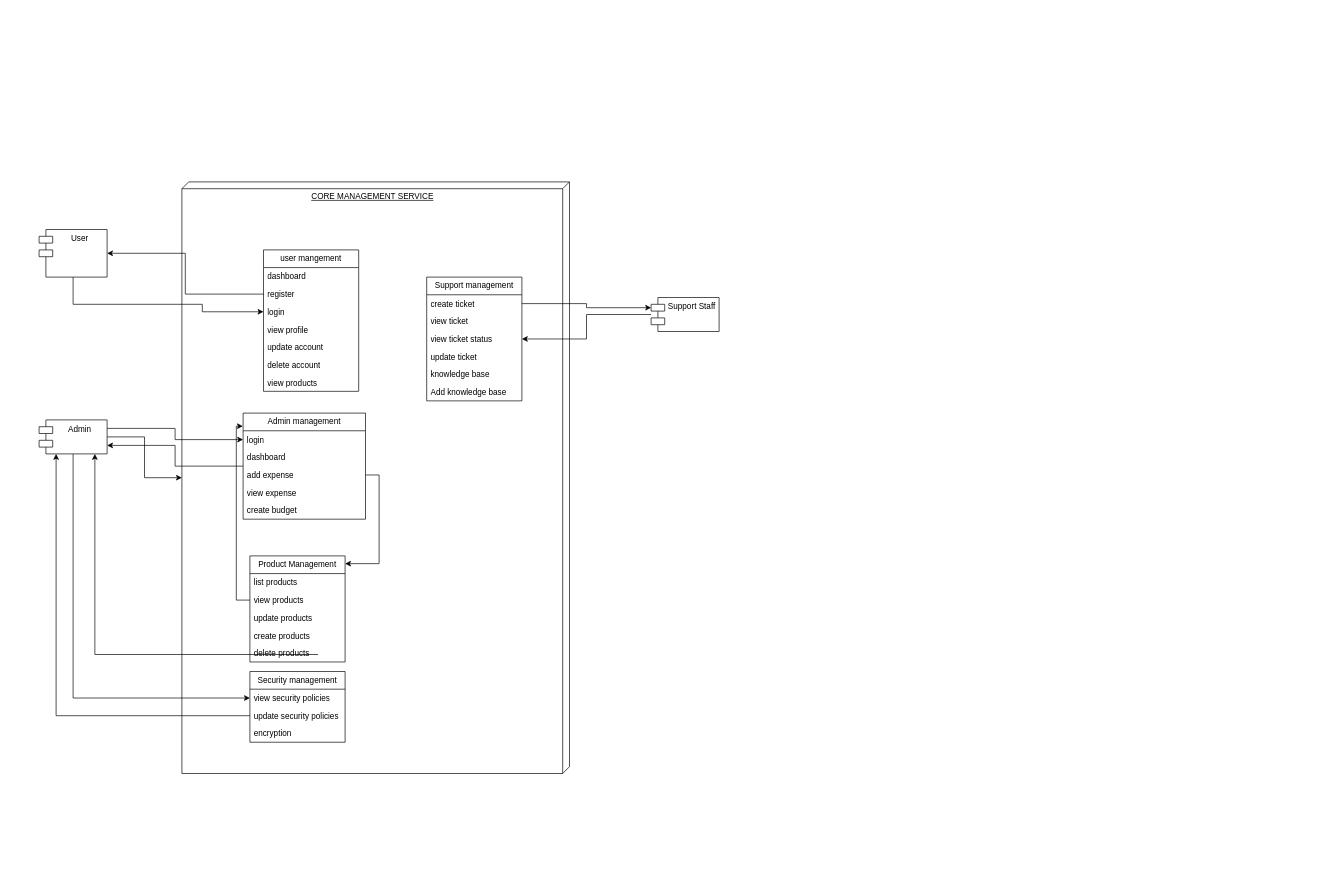
This is Untitled Diagram.drawio from ivinmanuel/Graph-diagrams-FinHub-, a draw.io file, before an edit. Source tidied: cells renumbered, new cells numbered last; positions are measured from the earlier drawing's top-left corner, leaving out a move shared by most shapes. Both pictures are drawn from the tidied source at 68%, with x=0, y=0 at pixel (39, 182).
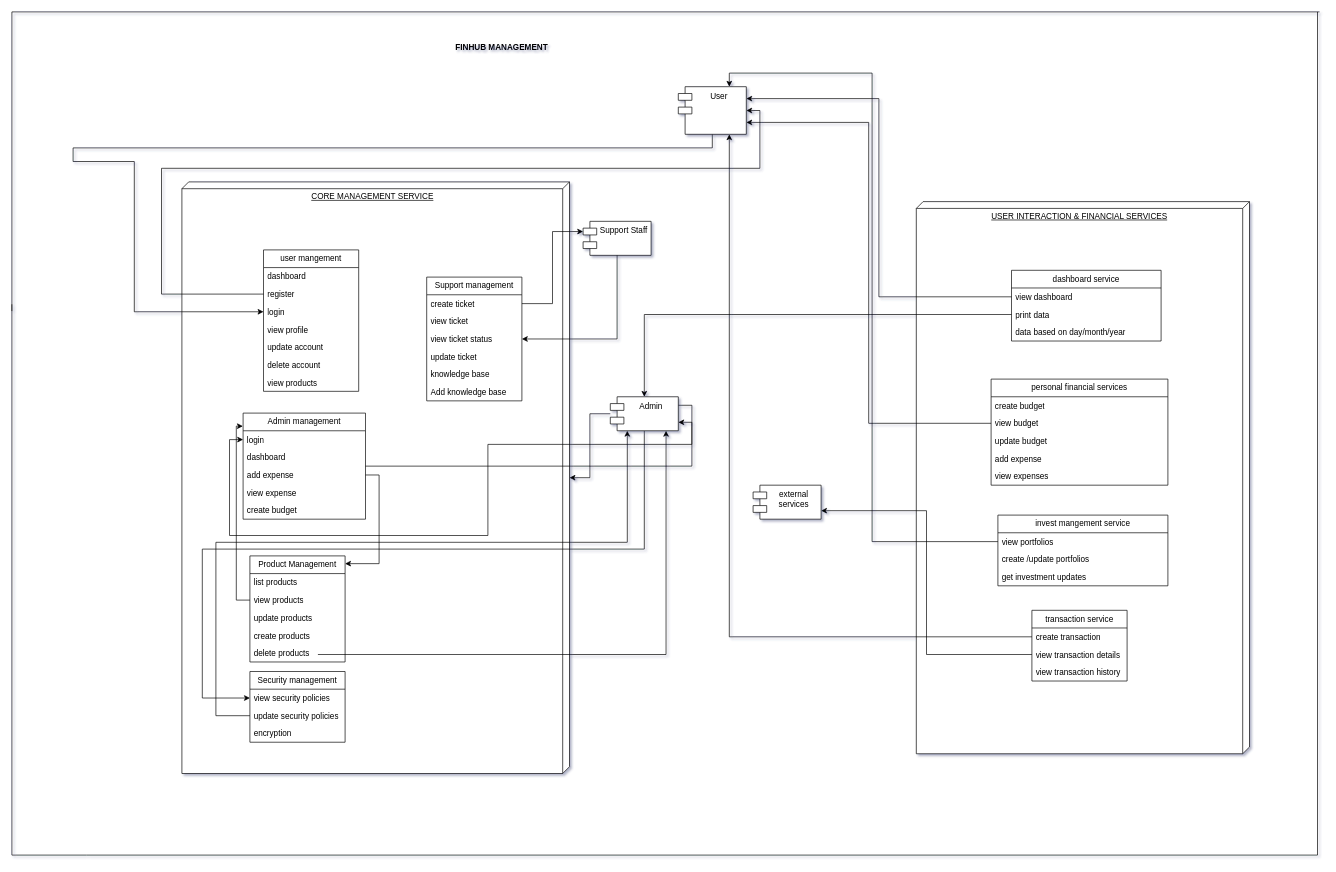
The same page after the edit.

The change refers to these unchanged cells:
```xml
<mxCell id="13" value="register" style="text;strokeColor=none;fillColor=none;align=left;verticalAlign=top;spacingLeft=4;spacingRight=4;overflow=hidden;points=[[0,0.5],[1,0.5]];portConstraint=eastwest;whiteSpace=wrap;html=1;" parent="11" vertex="1">
  <mxGeometry y="52" width="140" height="26" as="geometry" />
</mxCell>
<mxCell id="14" value="login" style="text;strokeColor=none;fillColor=none;align=left;verticalAlign=top;spacingLeft=4;spacingRight=4;overflow=hidden;points=[[0,0.5],[1,0.5]];portConstraint=eastwest;whiteSpace=wrap;html=1;" parent="11" vertex="1">
  <mxGeometry y="78" width="140" height="26" as="geometry" />
</mxCell>
<mxCell id="21" value="login" style="text;strokeColor=none;fillColor=none;align=left;verticalAlign=top;spacingLeft=4;spacingRight=4;overflow=hidden;points=[[0,0.5],[1,0.5]];portConstraint=eastwest;whiteSpace=wrap;html=1;" parent="20" vertex="1">
  <mxGeometry y="26" width="180" height="26" as="geometry" />
</mxCell>
<mxCell id="44" value="view security policies" style="text;strokeColor=none;fillColor=none;align=left;verticalAlign=top;spacingLeft=4;spacingRight=4;overflow=hidden;points=[[0,0.5],[1,0.5]];portConstraint=eastwest;whiteSpace=wrap;html=1;" parent="43" vertex="1">
  <mxGeometry y="26" width="140" height="26" as="geometry" />
</mxCell>
<mxCell id="45" value="update security policies" style="text;strokeColor=none;fillColor=none;align=left;verticalAlign=top;spacingLeft=4;spacingRight=4;overflow=hidden;points=[[0,0.5],[1,0.5]];portConstraint=eastwest;whiteSpace=wrap;html=1;" parent="43" vertex="1">
  <mxGeometry y="52" width="140" height="26" as="geometry" />
</mxCell>
```

What changed in the source:
```diff
@@
-<mxGraphModel>
+<mxGraphModel shadow="1">
@@
     <mxCell id="4" style="edgeStyle=orthogonalEdgeStyle;rounded=0;jettySize=auto;html=1;exitX=1;exitY=0.25;exitDx=0;exitDy=0;entryX=0;entryY=0.5;entryDx=0;entryDy=0;" parent="1" edge="1" source="6" target="21">
-      <mxGeometry relative="1" as="geometry" />
+      <mxGeometry relative="1" as="geometry">
+        <Array as="points">
+          <mxPoint x="960" y="328" />
+          <mxPoint x="960" y="386" />
+          <mxPoint x="660" y="386" />
+          <mxPoint x="660" y="520" />
+          <mxPoint x="280" y="520" />
+          <mxPoint x="280" y="379" />
+        </Array>
+      </mxGeometry>
     </mxCell>
     <mxCell id="5" style="edgeStyle=orthogonalEdgeStyle;rounded=0;jettySize=auto;html=1;exitX=0.5;exitY=1;exitDx=0;exitDy=0;entryX=0;entryY=0.5;entryDx=0;entryDy=0;" parent="1" edge="1" source="6" target="44">
-      <mxGeometry relative="1" as="geometry" />
+      <mxGeometry relative="1" as="geometry">
+        <Array as="points">
+          <mxPoint x="890" y="540" />
+          <mxPoint x="240" y="540" />
+          <mxPoint x="240" y="759" />
+        </Array>
+      </mxGeometry>
     </mxCell>
     <mxCell id="6" value="Admin" style="shape=module;align=left;spacingLeft=20;align=center;verticalAlign=top;whiteSpace=wrap;html=1;" parent="1" vertex="1">
-      <mxGeometry y="350" width="100" height="50" as="geometry" />
+      <mxGeometry x="840" y="316" width="100" height="50" as="geometry" />
     </mxCell>
     <mxCell id="7" style="edgeStyle=orthogonalEdgeStyle;rounded=0;jettySize=auto;html=1;entryX=0;entryY=0.5;entryDx=0;entryDy=0;" parent="1" edge="1" source="8" target="14">
       <mxGeometry relative="1" as="geometry">
         <Array as="points">
-          <mxPoint x="50" y="180" />
-          <mxPoint x="240" y="180" />
+          <mxPoint x="990" y="-50" />
+          <mxPoint x="50" y="-50" />
+          <mxPoint x="50" y="-30" />
+          <mxPoint x="140" y="-30" />
+          <mxPoint x="140" y="191" />
         </Array>
       </mxGeometry>
     </mxCell>
     <mxCell id="8" value="User" style="shape=module;align=left;spacingLeft=20;align=center;verticalAlign=top;whiteSpace=wrap;html=1;" parent="1" vertex="1">
-      <mxGeometry y="70" width="100" height="70" as="geometry" />
+      <mxGeometry x="940" y="-140" width="100" height="70" as="geometry" />
     </mxCell>
     <mxCell id="9" value="Support Staff" style="shape=module;align=left;spacingLeft=20;align=center;verticalAlign=top;whiteSpace=wrap;html=1;" parent="1" vertex="1">
-      <mxGeometry x="900" y="170" width="100" height="50" as="geometry" />
+      <mxGeometry x="800" y="58" width="100" height="50" as="geometry" />
     </mxCell>
@@
     <mxCell id="33" style="edgeStyle=orthogonalEdgeStyle;rounded=0;jettySize=auto;html=1;exitX=0;exitY=0.5;exitDx=0;exitDy=0;entryX=1;entryY=0.5;entryDx=0;entryDy=0;" parent="1" edge="1" source="13" target="8">
-      <mxGeometry relative="1" as="geometry" />
+      <mxGeometry relative="1" as="geometry">
+        <Array as="points">
+          <mxPoint x="180" y="165" />
+          <mxPoint x="180" y="-20" />
+          <mxPoint x="1060" y="-20" />
+          <mxPoint x="1060" y="-105" />
+        </Array>
+      </mxGeometry>
     </mxCell>
@@
     <mxCell id="47" style="edgeStyle=orthogonalEdgeStyle;rounded=0;jettySize=auto;html=1;exitX=0;exitY=0.5;exitDx=0;exitDy=0;entryX=0.25;entryY=1;entryDx=0;entryDy=0;" parent="1" edge="1" source="45" target="6">
-      <mxGeometry relative="1" as="geometry" />
+      <mxGeometry relative="1" as="geometry">
+        <Array as="points">
+          <mxPoint x="260" y="785" />
+          <mxPoint x="260" y="530" />
+          <mxPoint x="865" y="530" />
+        </Array>
+      </mxGeometry>
     </mxCell>
@@
+    <mxCell id="49" value="&lt;span style=&quot;white-space: pre;&quot;&gt;&#9;&lt;/span&gt;&lt;span style=&quot;white-space: pre;&quot;&gt;&#9;&lt;/span&gt;&lt;span style=&quot;white-space: pre;&quot;&gt;&#9;&lt;/span&gt;&lt;span style=&quot;white-space: pre;&quot;&gt;&#9;&lt;/span&gt;USER INTERACTION &amp;amp; FINANCIAL SERVICES" style="verticalAlign=top;align=left;spacingTop=8;spacingLeft=2;spacingRight=12;shape=cube;size=10;direction=south;fontStyle=4;html=1;whiteSpace=wrap;" parent="1" vertex="1">
+      <mxGeometry x="1290" y="29" width="490" height="812" as="geometry" />
+    </mxCell>
+    <mxCell id="50" value="dashboard service" style="swimlane;fontStyle=0;horizontal=1;startSize=26;fillColor=none;whiteSpace=wrap;html=1;" parent="1" vertex="1">
+      <mxGeometry x="1430" y="130" width="220" height="104" as="geometry" />
+    </mxCell>
+    <mxCell id="51" value="view dashboard" style="text;strokeColor=none;fillColor=none;align=left;verticalAlign=top;spacingLeft=4;spacingRight=4;overflow=hidden;points=[[0,0.5],[1,0.5]];portConstraint=eastwest;whiteSpace=wrap;html=1;" parent="50" vertex="1">
+      <mxGeometry y="26" width="220" height="26" as="geometry" />
+    </mxCell>
+    <mxCell id="52" value="print data" style="text;strokeColor=none;fillColor=none;align=left;verticalAlign=top;spacingLeft=4;spacingRight=4;overflow=hidden;points=[[0,0.5],[1,0.5]];portConstraint=eastwest;whiteSpace=wrap;html=1;" parent="50" vertex="1">
+      <mxGeometry y="52" width="220" height="26" as="geometry" />
+    </mxCell>
+    <mxCell id="53" value="data based on day/month/year" style="text;strokeColor=none;fillColor=none;align=left;verticalAlign=top;spacingLeft=4;spacingRight=4;overflow=hidden;whiteSpace=wrap;html=1;" parent="50" vertex="1">
+      <mxGeometry y="78" width="220" height="26" as="geometry" />
+    </mxCell>
+    <mxCell id="54" style="edgeStyle=orthogonalEdgeStyle;rounded=0;jettySize=auto;html=1;exitX=0;exitY=0.5;exitDx=0;exitDy=0;entryX=0.5;entryY=0;entryDx=0;entryDy=0;" parent="1" edge="1" source="52" target="6">
+      <mxGeometry relative="1" as="geometry" />
+    </mxCell>
+    <mxCell id="55" style="edgeStyle=orthogonalEdgeStyle;rounded=0;jettySize=auto;html=1;exitX=0;exitY=0.5;exitDx=0;exitDy=0;entryX=1;entryY=0.25;entryDx=0;entryDy=0;" parent="1" edge="1" source="51" target="8">
+      <mxGeometry relative="1" as="geometry" />
+    </mxCell>
+    <mxCell id="56" value="personal financial services" style="swimlane;fontStyle=0;horizontal=1;startSize=26;fillColor=none;whiteSpace=wrap;html=1;" parent="1" vertex="1">
+      <mxGeometry x="1400" y="290" width="260" height="156" as="geometry" />
+    </mxCell>
+    <mxCell id="57" value="create budget" style="text;strokeColor=none;fillColor=none;align=left;verticalAlign=top;spacingLeft=4;spacingRight=4;overflow=hidden;whiteSpace=wrap;html=1;" parent="56" vertex="1">
+      <mxGeometry y="26" width="260" height="26" as="geometry" />
+    </mxCell>
+    <mxCell id="58" value="view budget" style="text;strokeColor=none;fillColor=none;align=left;verticalAlign=top;spacingLeft=4;spacingRight=4;overflow=hidden;points=[[0,0.5],[1,0.5]];portConstraint=eastwest;whiteSpace=wrap;html=1;" parent="56" vertex="1">
+      <mxGeometry y="52" width="260" height="26" as="geometry" />
+    </mxCell>
+    <mxCell id="59" value="update budget" style="text;strokeColor=none;fillColor=none;align=left;verticalAlign=top;spacingLeft=4;spacingRight=4;overflow=hidden;whiteSpace=wrap;html=1;" parent="56" vertex="1">
+      <mxGeometry y="78" width="260" height="26" as="geometry" />
+    </mxCell>
+    <mxCell id="60" value="add expense" style="text;strokeColor=none;fillColor=none;align=left;verticalAlign=top;spacingLeft=4;spacingRight=4;overflow=hidden;whiteSpace=wrap;html=1;" parent="56" vertex="1">
+      <mxGeometry y="104" width="260" height="26" as="geometry" />
+    </mxCell>
+    <mxCell id="61" value="view expenses" style="text;strokeColor=none;fillColor=none;align=left;verticalAlign=top;spacingLeft=4;spacingRight=4;overflow=hidden;whiteSpace=wrap;html=1;" parent="56" vertex="1">
+      <mxGeometry y="130" width="260" height="26" as="geometry" />
+    </mxCell>
+    <mxCell id="62" style="edgeStyle=orthogonalEdgeStyle;rounded=0;jettySize=auto;html=1;exitX=0;exitY=0.5;exitDx=0;exitDy=0;entryX=1;entryY=0.75;entryDx=0;entryDy=0;" parent="1" edge="1" source="58" target="8">
+      <mxGeometry relative="1" as="geometry" />
+    </mxCell>
+    <mxCell id="63" value="invest mangement service" style="swimlane;fontStyle=0;horizontal=1;startSize=26;fillColor=none;whiteSpace=wrap;html=1;" parent="1" vertex="1">
+      <mxGeometry x="1410" y="490" width="250" height="104" as="geometry" />
+    </mxCell>
+    <mxCell id="64" value="view portfolios" style="text;strokeColor=none;fillColor=none;align=left;verticalAlign=top;spacingLeft=4;spacingRight=4;overflow=hidden;points=[[0,0.5],[1,0.5]];portConstraint=eastwest;whiteSpace=wrap;html=1;" parent="63" vertex="1">
+      <mxGeometry y="26" width="250" height="26" as="geometry" />
+    </mxCell>
+    <mxCell id="65" value="create /update portfolios" style="text;strokeColor=none;fillColor=none;align=left;verticalAlign=top;spacingLeft=4;spacingRight=4;overflow=hidden;whiteSpace=wrap;html=1;" parent="63" vertex="1">
+      <mxGeometry y="52" width="250" height="26" as="geometry" />
+    </mxCell>
+    <mxCell id="66" value="get investment updates&amp;nbsp;" style="text;strokeColor=none;fillColor=none;align=left;verticalAlign=top;spacingLeft=4;spacingRight=4;overflow=hidden;whiteSpace=wrap;html=1;" parent="63" vertex="1">
+      <mxGeometry y="78" width="250" height="26" as="geometry" />
+    </mxCell>
+    <mxCell id="67" style="edgeStyle=orthogonalEdgeStyle;rounded=0;jettySize=auto;html=1;exitX=0;exitY=0.5;exitDx=0;exitDy=0;entryX=0.75;entryY=0;entryDx=0;entryDy=0;" parent="1" edge="1" source="64" target="8">
+      <mxGeometry relative="1" as="geometry" />
+    </mxCell>
+    <mxCell id="68" value="transaction service" style="swimlane;fontStyle=0;horizontal=1;startSize=26;fillColor=none;whiteSpace=wrap;html=1;" parent="1" vertex="1">
+      <mxGeometry x="1460" y="630" width="140" height="104" as="geometry" />
+    </mxCell>
+    <mxCell id="69" value="create transaction" style="text;strokeColor=none;fillColor=none;align=left;verticalAlign=top;spacingLeft=4;spacingRight=4;overflow=hidden;points=[[0,0.5],[1,0.5]];portConstraint=eastwest;whiteSpace=wrap;html=1;" parent="68" vertex="1">
+      <mxGeometry y="26" width="140" height="26" as="geometry" />
+    </mxCell>
+    <mxCell id="70" value="view transaction details" style="text;strokeColor=none;fillColor=none;align=left;verticalAlign=top;spacingLeft=4;spacingRight=4;overflow=hidden;points=[[0,0.5],[1,0.5]];portConstraint=eastwest;whiteSpace=wrap;html=1;" parent="68" vertex="1">
+      <mxGeometry y="52" width="140" height="26" as="geometry" />
+    </mxCell>
+    <mxCell id="71" value="view transaction history" style="text;strokeColor=none;fillColor=none;align=left;verticalAlign=top;spacingLeft=4;spacingRight=4;overflow=hidden;whiteSpace=wrap;html=1;" parent="68" vertex="1">
+      <mxGeometry y="78" width="140" height="26" as="geometry" />
+    </mxCell>
+    <mxCell id="72" style="edgeStyle=orthogonalEdgeStyle;rounded=0;jettySize=auto;html=1;exitX=0;exitY=0.5;exitDx=0;exitDy=0;entryX=0.75;entryY=1;entryDx=0;entryDy=0;" parent="1" edge="1" source="69" target="8">
+      <mxGeometry relative="1" as="geometry" />
+    </mxCell>
+    <mxCell id="73" value="external services" style="shape=module;align=left;spacingLeft=20;align=center;verticalAlign=top;whiteSpace=wrap;html=1;" parent="1" vertex="1">
+      <mxGeometry x="1050" y="446" width="100" height="50" as="geometry" />
+    </mxCell>
+    <mxCell id="74" style="edgeStyle=orthogonalEdgeStyle;rounded=0;jettySize=auto;html=1;exitX=0;exitY=0.5;exitDx=0;exitDy=0;entryX=1;entryY=0.75;entryDx=0;entryDy=0;" parent="1" edge="1" source="70" target="73">
+      <mxGeometry relative="1" as="geometry" />
+    </mxCell>
+    <mxCell id="75" style="endArrow=none;html=1;rounded=0;" parent="1" edge="1">
+      <mxGeometry relative="1" as="geometry">
+        <mxPoint x="-40" y="190" as="sourcePoint" />
+        <mxPoint x="1883" y="-250" as="targetPoint" />
+        <Array as="points">
+          <mxPoint x="-40" y="-250" />
+        </Array>
+      </mxGeometry>
+    </mxCell>
+    <mxCell id="76" style="endArrow=none;html=1;rounded=0;" parent="1" edge="1">
+      <mxGeometry relative="1" as="geometry">
+        <mxPoint x="70" y="990" as="sourcePoint" />
+        <mxPoint x="1880" y="-250" as="targetPoint" />
+        <Array as="points">
+          <mxPoint x="1880" y="990" />
+        </Array>
+      </mxGeometry>
+    </mxCell>
+    <mxCell id="77" style="endArrow=none;html=1;rounded=0;" parent="1" edge="1">
+      <mxGeometry relative="1" as="geometry">
+        <mxPoint x="70" y="990" as="sourcePoint" />
+        <mxPoint x="-40" y="180" as="targetPoint" />
+        <Array as="points">
+          <mxPoint x="-40" y="990" />
+        </Array>
+      </mxGeometry>
+    </mxCell>
+    <mxCell id="78" value="FINHUB MANAGEMENT" style="text;align=center;fontStyle=1;verticalAlign=middle;spacingLeft=3;spacingRight=3;strokeColor=none;html=1;" parent="1" vertex="1">
+      <mxGeometry x="640" y="-210" width="80" height="26" as="geometry" />
+    </mxCell>
```
